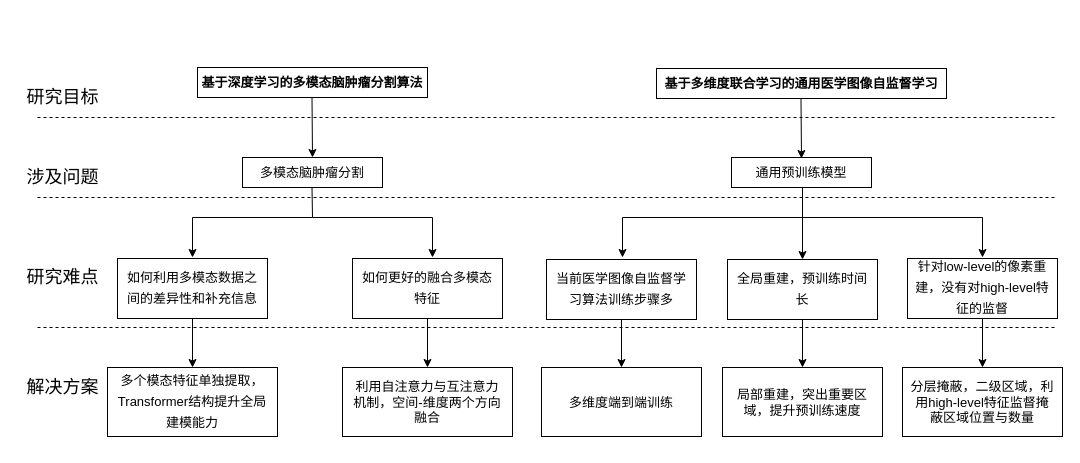
The draw.io diagram Untitled Diagram.drawio in 920232796/test, before the edit. Source tidied: cells renumbered, new cells numbered last; positions are measured from the earlier drawing's top-left corner, leaving out a move shared by most shapes. Both pictures are drawn from the tidied source at 100%, with x=0, y=0 at pixel (17, 67).
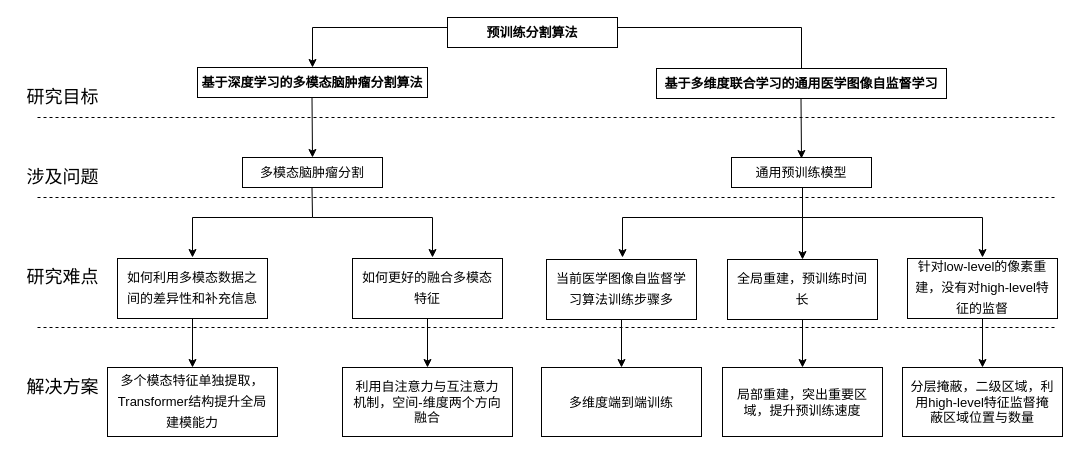
After the change.

Unchanged cells that the change refers to:
```xml
<mxCell id="2" value="&lt;b style=&quot;font-size: 13px;&quot;&gt;基于深度学习的多模态脑肿瘤分割算法&lt;/b&gt;" style="rounded=0;whiteSpace=wrap;html=1;fontSize=13;" parent="1" vertex="1">
  <mxGeometry x="180" width="230" height="30" as="geometry" />
</mxCell>
<mxCell id="3" value="&lt;b style=&quot;font-size: 13px;&quot;&gt;基于多维度联合学习的通用医学图像自监督学习&lt;/b&gt;" style="rounded=0;whiteSpace=wrap;html=1;fontSize=13;" parent="1" vertex="1">
  <mxGeometry x="639" y="1" width="290" height="30" as="geometry" />
</mxCell>
```

The edit, as a diff of the source:
```diff
@@
+    <mxCell id="35" style="edgeStyle=orthogonalEdgeStyle;rounded=0;jettySize=auto;html=1;entryX=0.5;entryY=0;entryDx=0;entryDy=0;" parent="1" edge="1" source="3" target="2">
+      <mxGeometry relative="1" as="geometry">
+        <Array as="points">
+          <mxPoint x="784" y="-40" />
+          <mxPoint x="295" y="-40" />
+        </Array>
+      </mxGeometry>
+    </mxCell>
@@
+    <mxCell id="36" value="&lt;b style=&quot;font-size: 13px;&quot;&gt;预训练分割算法&lt;/b&gt;" style="rounded=0;whiteSpace=wrap;html=1;fontSize=13;" parent="1" vertex="1">
+      <mxGeometry x="430" y="-50" width="170" height="30" as="geometry" />
+    </mxCell>
```
